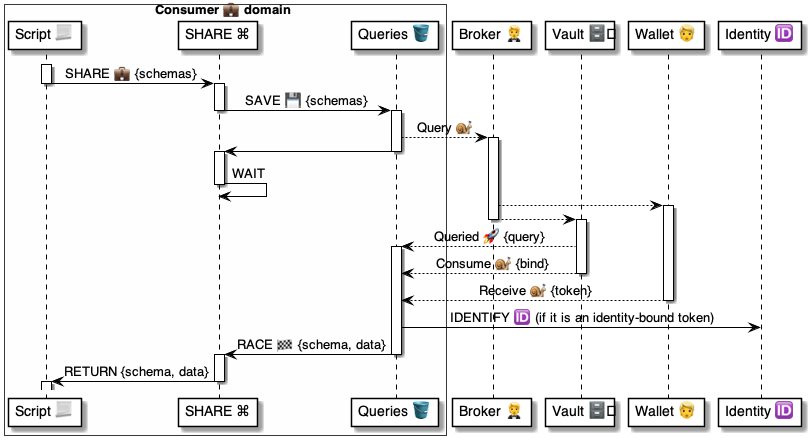
This is 4 ⚙️ Solution/41 🎭 Domain Roles/Consumers 💼/💼⌘ Consumer cmds/SHARE 💼/💼 SHARE ⚙️ uml.png from pollyweb-org/pollyweb-docs, a PlantUML export, as it was before one commit. Its source is kept beside it as 4 ⚙️ Solution/41 🎭 Domain Roles/Consumers 💼/💼⌘ Consumer cmds/SHARE 💼/💼 SHARE ⚙️ uml.puml.
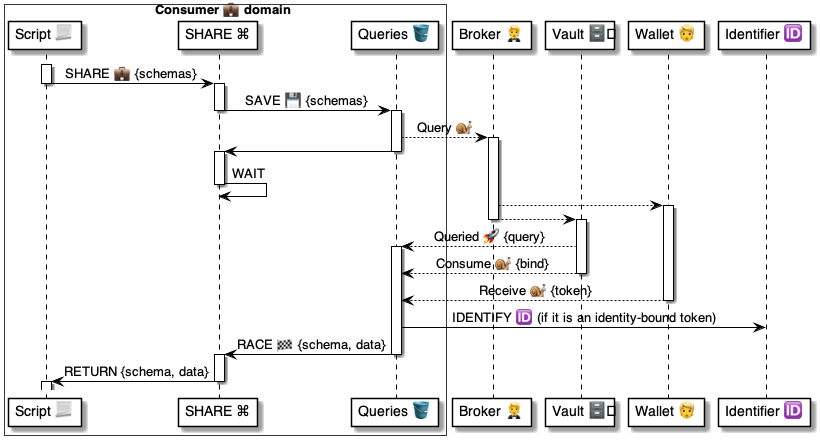
After the change.

The edit, as a diff of the source:
```diff
@@ -9,7 +9,7 @@
 participant "Broker 🤵" as broker
 participant "Vault 🗄️" as vault
 participant "Wallet 👱" as wallet
-participant "Identity 🆔" as identity
+participant "Identifier 🆔" as identity
 
 activate script
     script -> talker: SHARE 💼 {schemas}
```
